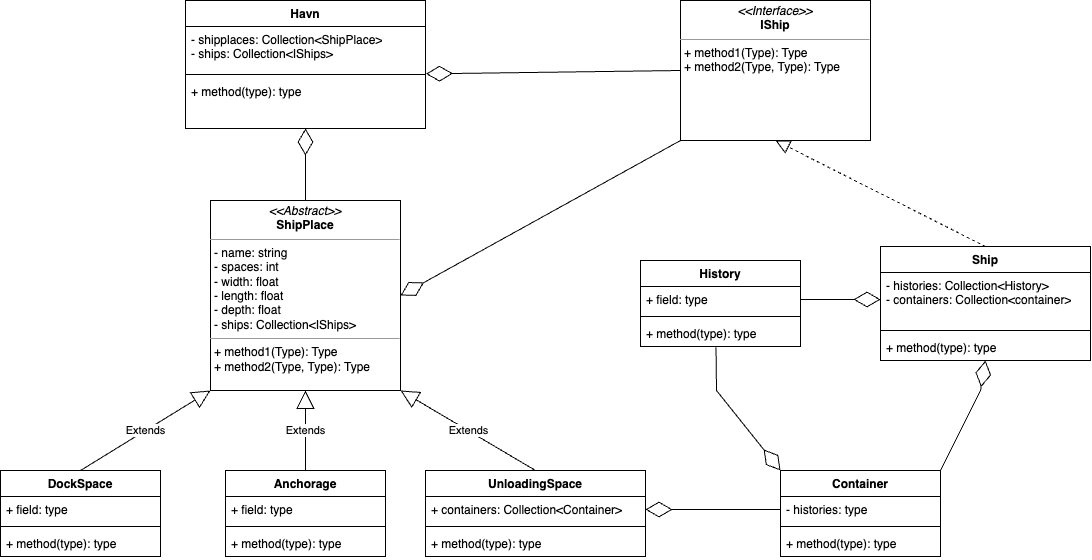
Earlier version of the draw.io export Untitled Diagram.drawio.png (NET-og-Rammeverk-gruppe-MBFS/HavnAPI). Source tidied: cells renumbered, new cells last; positions are measured from the earlier drawing's top-left corner, leaving out a move shared by most shapes.
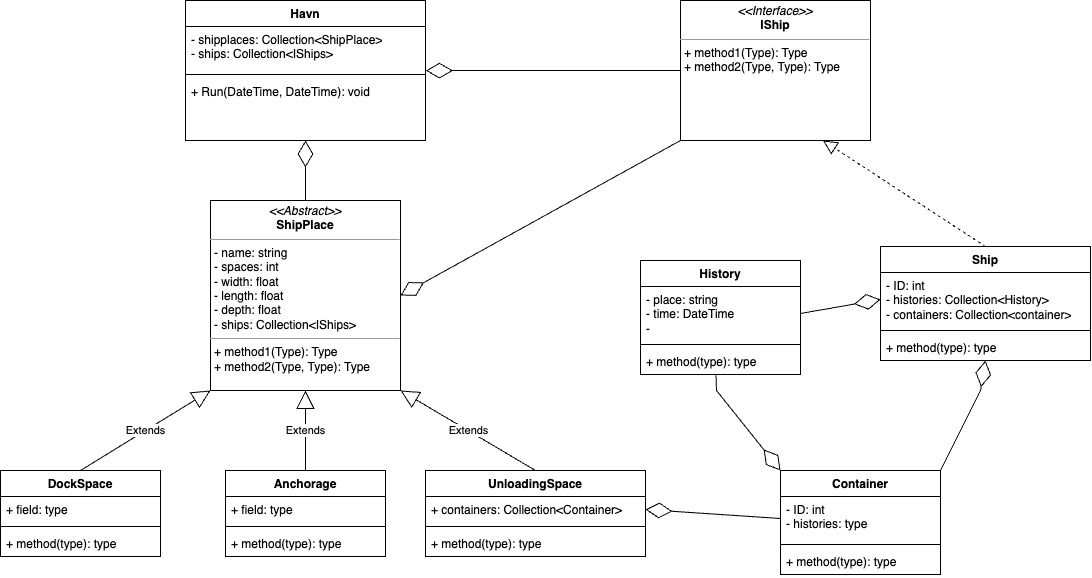
The same diagram one commit later.

Commit message:
La til noen metoder og variabler

Change to the diagram source:
```diff
@@ -8,7 +8,7 @@
     <mxCell id="3" value="Ship" style="swimlane;fontStyle=1;align=center;verticalAlign=top;horizontal=1;startSize=26;whiteSpace=wrap;html=1;" parent="1" vertex="1">
       <mxGeometry x="880" y="246" width="210" height="114" as="geometry" />
     </mxCell>
-    <mxCell id="4" value="- histories: Collection&amp;lt;History&amp;gt;&lt;br&gt;- containers: Collection&amp;lt;container&amp;gt;" style="text;strokeColor=none;fillColor=none;align=left;verticalAlign=top;spacingLeft=4;spacingRight=4;overflow=hidden;points=[[0,0.5],[1,0.5]];portConstraint=eastwest;whiteSpace=wrap;html=1;" parent="3" vertex="1">
+    <mxCell id="4" value="- ID: int&lt;br&gt;-&amp;nbsp;histories: Collection&amp;lt;History&amp;gt;&lt;br&gt;- containers: Collection&amp;lt;container&amp;gt;" style="text;strokeColor=none;fillColor=none;align=left;verticalAlign=top;spacingLeft=4;spacingRight=4;overflow=hidden;points=[[0,0.5],[1,0.5]];portConstraint=eastwest;whiteSpace=wrap;html=1;" parent="3" vertex="1">
       <mxGeometry y="26" width="210" height="54" as="geometry" />
     </mxCell>
     <mxCell id="5" style="line;strokeWidth=1;fillColor=none;align=left;verticalAlign=middle;spacingTop=-1;spacingLeft=3;spacingRight=3;labelPosition=right;strokeColor=inherit;" parent="3" vertex="1">
@@ -17,7 +17,7 @@
     <mxCell id="6" value="+ method(type): type" style="text;strokeColor=none;fillColor=none;align=left;verticalAlign=top;spacingLeft=4;spacingRight=4;overflow=hidden;whiteSpace=wrap;html=1;" parent="3" vertex="1">
       <mxGeometry y="88" width="210" height="26" as="geometry" />
     </mxCell>
-    <mxCell id="7" style="endArrow=block;dashed=1;endFill=0;endSize=12;html=1;rounded=0;entryX=0.5;entryY=1;entryDx=0;entryDy=0;exitX=0.5;exitY=0;exitDx=0;exitDy=0;" parent="1" edge="1" source="3" target="2">
+    <mxCell id="7" style="endArrow=block;dashed=1;endFill=0;endSize=12;html=1;rounded=0;entryX=0.75;entryY=1;entryDx=0;entryDy=0;exitX=0.5;exitY=0;exitDx=0;exitDy=0;" parent="1" edge="1" source="3" target="2">
       <mxGeometry relative="1" as="geometry" />
     </mxCell>
     <mxCell id="8" value="&lt;p style=&quot;margin:0px;margin-top:4px;text-align:center;&quot;&gt;&lt;i&gt;&amp;lt;&amp;lt;Abstract&amp;gt;&amp;gt;&lt;/i&gt;&lt;br&gt;&lt;b&gt;ShipPlace&lt;/b&gt;&lt;/p&gt;&lt;hr size=&quot;1&quot;&gt;&lt;p style=&quot;margin:0px;margin-left:4px;&quot;&gt;- name: string&lt;br&gt;- spaces: int&lt;/p&gt;&lt;p style=&quot;margin:0px;margin-left:4px;&quot;&gt;- width: float&lt;/p&gt;&lt;p style=&quot;margin:0px;margin-left:4px;&quot;&gt;- length: float&lt;/p&gt;&lt;p style=&quot;margin:0px;margin-left:4px;&quot;&gt;- depth: float&lt;/p&gt;&lt;p style=&quot;margin:0px;margin-left:4px;&quot;&gt;- ships: Collection&amp;lt;IShips&amp;gt;&lt;/p&gt;&lt;hr size=&quot;1&quot;&gt;&lt;p style=&quot;margin:0px;margin-left:4px;&quot;&gt;+ method1(Type): Type&lt;br&gt;+ method2(Type, Type): Type&lt;/p&gt;" style="verticalAlign=top;align=left;overflow=fill;fontSize=12;fontFamily=Helvetica;html=1;whiteSpace=wrap;" parent="1" vertex="1">
@@ -69,7 +69,7 @@
       <mxGeometry relative="1" as="geometry" />
     </mxCell>
     <mxCell id="24" value="Havn" style="swimlane;fontStyle=1;align=center;verticalAlign=top;horizontal=1;startSize=26;whiteSpace=wrap;html=1;" parent="1" vertex="1">
-      <mxGeometry x="185" width="240" height="128" as="geometry" />
+      <mxGeometry x="185" width="240" height="140" as="geometry" />
     </mxCell>
     <mxCell id="25" value="- shipplaces: Collection&amp;lt;ShipPlace&amp;gt;&lt;br&gt;- ships: Collection&amp;lt;IShips&amp;gt;" style="text;strokeColor=none;fillColor=none;align=left;verticalAlign=top;spacingLeft=4;spacingRight=4;overflow=hidden;whiteSpace=wrap;html=1;" parent="24" vertex="1">
       <mxGeometry y="26" width="240" height="44" as="geometry" />
@@ -77,8 +77,8 @@
     <mxCell id="26" style="line;strokeWidth=1;fillColor=none;align=left;verticalAlign=middle;spacingTop=-1;spacingLeft=3;spacingRight=3;labelPosition=right;points=[];portConstraint=eastwest;strokeColor=inherit;" parent="24" vertex="1">
       <mxGeometry y="70" width="240" height="8" as="geometry" />
     </mxCell>
-    <mxCell id="27" value="+ method(type): type" style="text;strokeColor=none;fillColor=none;align=left;verticalAlign=top;spacingLeft=4;spacingRight=4;overflow=hidden;points=[[0,0.5],[1,0.5]];portConstraint=eastwest;whiteSpace=wrap;html=1;" parent="24" vertex="1">
-      <mxGeometry y="78" width="240" height="50" as="geometry" />
+    <mxCell id="27" value="+ Run(DateTime, DateTime): void" style="text;strokeColor=none;fillColor=none;align=left;verticalAlign=top;spacingLeft=4;spacingRight=4;overflow=hidden;points=[[0,0.5],[1,0.5]];portConstraint=eastwest;whiteSpace=wrap;html=1;" parent="24" vertex="1">
+      <mxGeometry y="78" width="240" height="62" as="geometry" />
     </mxCell>
     <mxCell id="28" style="endArrow=diamondThin;endFill=0;endSize=24;html=1;rounded=0;exitX=0.5;exitY=0;exitDx=0;exitDy=0;" parent="1" edge="1" source="8" target="27">
       <mxGeometry relative="1" as="geometry" />
@@ -86,35 +86,35 @@
     <mxCell id="29" style="endArrow=diamondThin;endFill=0;endSize=24;html=1;rounded=0;entryX=1;entryY=0.5;entryDx=0;entryDy=0;exitX=0;exitY=1;exitDx=0;exitDy=0;" parent="1" edge="1" source="2" target="8">
       <mxGeometry relative="1" as="geometry" />
     </mxCell>
-    <mxCell id="30" style="endArrow=diamondThin;endFill=0;endSize=24;html=1;rounded=0;entryX=1.002;entryY=-0.093;entryDx=0;entryDy=0;entryPerimeter=0;exitX=0;exitY=0.5;exitDx=0;exitDy=0;" parent="1" edge="1" source="2" target="27">
+    <mxCell id="30" style="endArrow=diamondThin;endFill=0;endSize=24;html=1;rounded=0;entryX=1.002;entryY=0.016;entryDx=0;entryDy=0;entryPerimeter=0;exitX=0;exitY=0.5;exitDx=0;exitDy=0;" parent="1" edge="1" source="2" target="26">
       <mxGeometry relative="1" as="geometry" />
     </mxCell>
     <mxCell id="31" value="History" style="swimlane;fontStyle=1;align=center;verticalAlign=top;horizontal=1;startSize=26;whiteSpace=wrap;html=1;" parent="1" vertex="1">
-      <mxGeometry x="640" y="260" width="160" height="86" as="geometry" />
+      <mxGeometry x="640" y="260" width="160" height="114" as="geometry" />
     </mxCell>
-    <mxCell id="32" value="+ field: type" style="text;strokeColor=none;fillColor=none;align=left;verticalAlign=top;spacingLeft=4;spacingRight=4;overflow=hidden;points=[[0,0.5],[1,0.5]];portConstraint=eastwest;whiteSpace=wrap;html=1;" parent="31" vertex="1">
-      <mxGeometry y="26" width="160" height="26" as="geometry" />
+    <mxCell id="32" value="- place: string&lt;br&gt;- time:&amp;nbsp;DateTime&lt;br&gt;-&amp;nbsp;" style="text;strokeColor=none;fillColor=none;align=left;verticalAlign=top;spacingLeft=4;spacingRight=4;overflow=hidden;points=[[0,0.5],[1,0.5]];portConstraint=eastwest;whiteSpace=wrap;html=1;" parent="31" vertex="1">
+      <mxGeometry y="26" width="160" height="54" as="geometry" />
     </mxCell>
     <mxCell id="33" style="line;strokeWidth=1;fillColor=none;align=left;verticalAlign=middle;spacingTop=-1;spacingLeft=3;spacingRight=3;labelPosition=right;strokeColor=inherit;" parent="31" vertex="1">
-      <mxGeometry y="52" width="160" height="8" as="geometry" />
+      <mxGeometry y="80" width="160" height="8" as="geometry" />
     </mxCell>
     <mxCell id="34" value="+ method(type): type" style="text;strokeColor=none;fillColor=none;align=left;verticalAlign=top;spacingLeft=4;spacingRight=4;overflow=hidden;points=[[0,0.5],[1,0.5]];portConstraint=eastwest;whiteSpace=wrap;html=1;" parent="31" vertex="1">
-      <mxGeometry y="60" width="160" height="26" as="geometry" />
+      <mxGeometry y="88" width="160" height="26" as="geometry" />
     </mxCell>
     <mxCell id="35" style="endArrow=diamondThin;endFill=0;endSize=24;html=1;rounded=0;entryX=0;entryY=0.5;entryDx=0;entryDy=0;exitX=1;exitY=0.5;exitDx=0;exitDy=0;" parent="1" edge="1" source="32" target="4">
       <mxGeometry relative="1" as="geometry" />
     </mxCell>
     <mxCell id="36" value="Container" style="swimlane;fontStyle=1;align=center;verticalAlign=top;horizontal=1;startSize=26;whiteSpace=wrap;html=1;" parent="1" vertex="1">
-      <mxGeometry x="780" y="470" width="160" height="86" as="geometry" />
+      <mxGeometry x="780" y="470" width="160" height="104" as="geometry" />
     </mxCell>
-    <mxCell id="37" value="- histories: type" style="text;strokeColor=none;fillColor=none;align=left;verticalAlign=top;spacingLeft=4;spacingRight=4;overflow=hidden;points=[[0,0.5],[1,0.5]];portConstraint=eastwest;whiteSpace=wrap;html=1;" parent="36" vertex="1">
-      <mxGeometry y="26" width="160" height="26" as="geometry" />
+    <mxCell id="37" value="- ID: int&lt;br&gt;- histories: type" style="text;strokeColor=none;fillColor=none;align=left;verticalAlign=top;spacingLeft=4;spacingRight=4;overflow=hidden;points=[[0,0.5],[1,0.5]];portConstraint=eastwest;whiteSpace=wrap;html=1;" parent="36" vertex="1">
+      <mxGeometry y="26" width="160" height="44" as="geometry" />
     </mxCell>
     <mxCell id="38" style="line;strokeWidth=1;fillColor=none;align=left;verticalAlign=middle;spacingTop=-1;spacingLeft=3;spacingRight=3;labelPosition=right;strokeColor=inherit;" parent="36" vertex="1">
-      <mxGeometry y="52" width="160" height="8" as="geometry" />
+      <mxGeometry y="70" width="160" height="8" as="geometry" />
     </mxCell>
     <mxCell id="39" value="+ method(type): type" style="text;strokeColor=none;fillColor=none;align=left;verticalAlign=top;spacingLeft=4;spacingRight=4;overflow=hidden;whiteSpace=wrap;html=1;" parent="36" vertex="1">
-      <mxGeometry y="60" width="160" height="26" as="geometry" />
+      <mxGeometry y="78" width="160" height="26" as="geometry" />
     </mxCell>
     <mxCell id="40" style="endArrow=diamondThin;endFill=0;endSize=24;html=1;rounded=0;entryX=0;entryY=0;entryDx=0;entryDy=0;exitX=0.472;exitY=1.025;exitDx=0;exitDy=0;exitPerimeter=0;" parent="1" edge="1" source="34" target="36">
       <mxGeometry relative="1" as="geometry">
```
